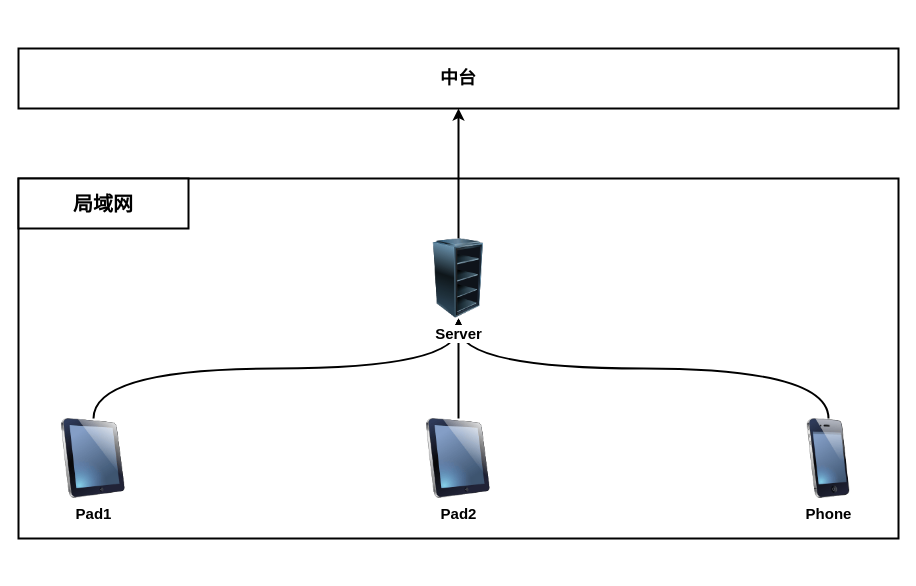
Before: page "Offline-cashier" (16 of 17) of authz/Omini-Store.drawio in jackie-thank/beego-authz, a draw.io diagram. Source tidied: cells renumbered, new cells numbered last; positions are measured from the earlier drawing's top-left corner, leaving out a move shared by most shapes. Both pictures are drawn from the tidied source at 100%, with x=0, y=0 at pixel (18, 48).
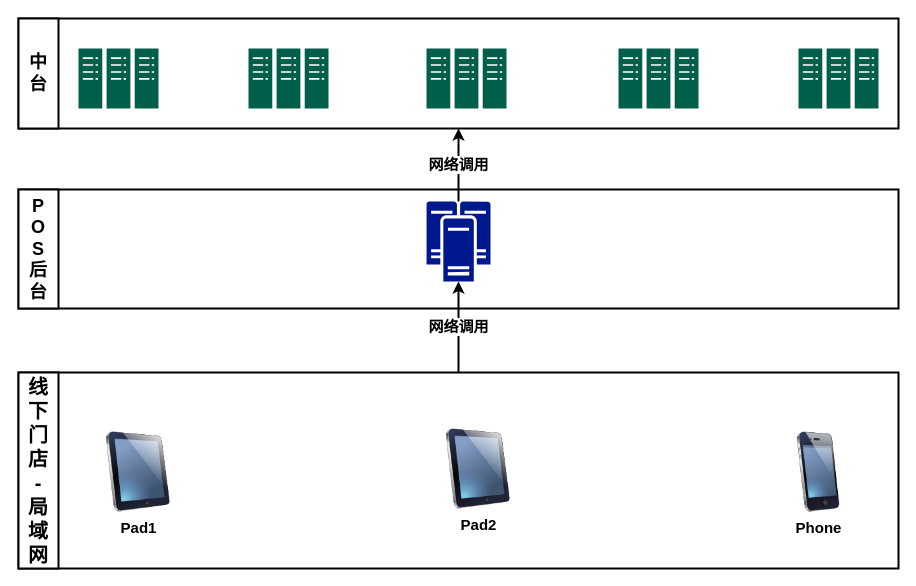
After the change.

Diff of the diagram source:
```diff
@@
 <mxGraphModel>
   <root>
     <mxCell id="0" />
     <mxCell id="1" parent="0" />
+    <mxCell id="13" style="rounded=0;whiteSpace=wrap;html=1;strokeWidth=2;" parent="1" vertex="1">
+      <mxGeometry y="141" width="880" height="119" as="geometry" />
+    </mxCell>
+    <mxCell id="14" value="网络调用" style="edgeStyle=orthogonalEdgeStyle;rounded=0;jettySize=auto;html=1;exitX=0.5;exitY=0;exitDx=0;exitDy=0;entryX=0.5;entryY=1;entryDx=0;entryDy=0;entryPerimeter=0;strokeWidth=2;fontSize=15;fontStyle=1;" parent="1" edge="1" source="2" target="15">
+      <mxGeometry relative="1" as="geometry" />
+    </mxCell>
     <mxCell id="2" style="rounded=0;whiteSpace=wrap;html=1;strokeWidth=2;" parent="1" vertex="1">
-      <mxGeometry y="130" width="880" height="360" as="geometry" />
+      <mxGeometry y="324" width="880" height="196" as="geometry" />
     </mxCell>
-    <mxCell id="3" style="edgeStyle=orthogonalEdgeStyle;rounded=0;jettySize=auto;html=1;entryX=0.5;entryY=1;entryDx=0;entryDy=0;strokeWidth=2;" parent="1" edge="1" source="11" target="12">
+    <mxCell id="3" value="网络调用" style="edgeStyle=orthogonalEdgeStyle;rounded=0;jettySize=auto;html=1;entryX=0.5;entryY=1;entryDx=0;entryDy=0;strokeWidth=2;exitX=0.5;exitY=0;exitDx=0;exitDy=0;exitPerimeter=0;fontSize=15;fontStyle=1;" parent="1" edge="1" source="15" target="12">
       <mxGeometry relative="1" as="geometry" />
     </mxCell>
-    <mxCell id="4" style="edgeStyle=orthogonalEdgeStyle;rounded=0;jettySize=auto;html=1;exitX=0.5;exitY=0;exitDx=0;exitDy=0;strokeWidth=2;curved=1;" parent="1" edge="1" source="5" target="11">
-      <mxGeometry relative="1" as="geometry" />
-    </mxCell>
     <mxCell id="5" value="Pad1" style="image;html=1;image=img/lib/clip_art/computers/iPad_128x128.png;fontSize=15;fontStyle=1;" parent="1" vertex="1">
-      <mxGeometry x="35" y="370" width="80" height="80" as="geometry" />
+      <mxGeometry x="80" y="383.5" width="80" height="80" as="geometry" />
     </mxCell>
-    <mxCell id="6" style="edgeStyle=orthogonalEdgeStyle;rounded=0;jettySize=auto;html=1;exitX=0.5;exitY=0;exitDx=0;exitDy=0;strokeWidth=2;" parent="1" edge="1" source="7" target="11">
-      <mxGeometry relative="1" as="geometry" />
-    </mxCell>
     <mxCell id="7" value="Pad2" style="image;html=1;image=img/lib/clip_art/computers/iPad_128x128.png;fontSize=15;fontStyle=1;" parent="1" vertex="1">
-      <mxGeometry x="400" y="370" width="80" height="80" as="geometry" />
+      <mxGeometry x="420" y="380.5" width="80" height="80" as="geometry" />
     </mxCell>
-    <mxCell id="8" style="edgeStyle=orthogonalEdgeStyle;rounded=0;jettySize=auto;html=1;exitX=0.5;exitY=0;exitDx=0;exitDy=0;entryX=0.5;entryY=1;entryDx=0;entryDy=0;strokeWidth=2;curved=1;" parent="1" edge="1" source="9" target="11">
-      <mxGeometry relative="1" as="geometry" />
-    </mxCell>
     <mxCell id="9" value="Phone" style="image;html=1;image=img/lib/clip_art/telecommunication/iPhone_128x128.png;fontSize=15;fontStyle=1;" parent="1" vertex="1">
-      <mxGeometry x="770" y="370" width="80" height="80" as="geometry" />
+      <mxGeometry x="760" y="383.5" width="80" height="80" as="geometry" />
     </mxCell>
-    <mxCell id="10" value="局域网" style="rounded=0;whiteSpace=wrap;html=1;strokeWidth=2;fontSize=20;fontStyle=1;" parent="1" vertex="1">
-      <mxGeometry y="130" width="170" height="50" as="geometry" />
+    <mxCell id="10" value="&lt;div&gt;线下门店&lt;/div&gt;&lt;div&gt;-&lt;/div&gt;&lt;div&gt;局域网&lt;/div&gt;" style="rounded=0;whiteSpace=wrap;html=1;strokeWidth=2;fontSize=20;fontStyle=1;" parent="1" vertex="1">
+      <mxGeometry y="324" width="40" height="196" as="geometry" />
     </mxCell>
-    <mxCell id="11" value="Server" style="image;html=1;image=img/lib/clip_art/computers/Server_Rack_Empty_128x128.png;fontStyle=1;fontSize=15;" parent="1" vertex="1">
-      <mxGeometry x="400" y="190" width="80" height="80" as="geometry" />
-    </mxCell>
-    <mxCell id="12" value="中台" style="rounded=0;whiteSpace=wrap;html=1;strokeWidth=2;fontStyle=1;fontSize=18;" parent="1" vertex="1">
-      <mxGeometry width="880" height="60" as="geometry" />
+    <mxCell id="12" style="rounded=0;whiteSpace=wrap;html=1;strokeWidth=2;fontStyle=1;fontSize=18;" parent="1" vertex="1">
+      <mxGeometry y="-30" width="880" height="110" as="geometry" />
     </mxCell>
+    <mxCell id="15" style="sketch=0;shadow=0;dashed=0;html=1;strokeColor=none;labelPosition=center;verticalLabelPosition=bottom;verticalAlign=top;align=center;fillColor=#00188D;shape=mxgraph.mscae.enterprise.cluster_server;" parent="1" vertex="1">
+      <mxGeometry x="408" y="153" width="64" height="80" as="geometry" />
+    </mxCell>
+    <mxCell id="16" style="sketch=0;shadow=0;dashed=0;html=1;strokeColor=none;fillColor=#005F4B;labelPosition=center;verticalLabelPosition=bottom;verticalAlign=top;align=center;shape=mxgraph.veeam2.server_cluster;" parent="1" vertex="1">
+      <mxGeometry x="60" width="80" height="60" as="geometry" />
+    </mxCell>
+    <mxCell id="17" style="sketch=0;shadow=0;dashed=0;html=1;strokeColor=none;fillColor=#005F4B;labelPosition=center;verticalLabelPosition=bottom;verticalAlign=top;align=center;shape=mxgraph.veeam2.server_cluster;" parent="1" vertex="1">
+      <mxGeometry x="230" width="80" height="60" as="geometry" />
+    </mxCell>
+    <mxCell id="18" style="sketch=0;shadow=0;dashed=0;html=1;strokeColor=none;fillColor=#005F4B;labelPosition=center;verticalLabelPosition=bottom;verticalAlign=top;align=center;shape=mxgraph.veeam2.server_cluster;" parent="1" vertex="1">
+      <mxGeometry x="408" width="80" height="60" as="geometry" />
+    </mxCell>
+    <mxCell id="19" style="sketch=0;shadow=0;dashed=0;html=1;strokeColor=none;fillColor=#005F4B;labelPosition=center;verticalLabelPosition=bottom;verticalAlign=top;align=center;shape=mxgraph.veeam2.server_cluster;" parent="1" vertex="1">
+      <mxGeometry x="600" width="80" height="60" as="geometry" />
+    </mxCell>
+    <mxCell id="20" style="sketch=0;shadow=0;dashed=0;html=1;strokeColor=none;fillColor=#005F4B;labelPosition=center;verticalLabelPosition=bottom;verticalAlign=top;align=center;shape=mxgraph.veeam2.server_cluster;" parent="1" vertex="1">
+      <mxGeometry x="780" width="80" height="60" as="geometry" />
+    </mxCell>
+    <mxCell id="21" value="&lt;div&gt;中&lt;/div&gt;&lt;div&gt;台&lt;/div&gt;" style="rounded=0;whiteSpace=wrap;html=1;strokeWidth=2;fontStyle=1;fontSize=18;" parent="1" vertex="1">
+      <mxGeometry y="-30" width="40" height="110" as="geometry" />
+    </mxCell>
+    <mxCell id="22" value="&lt;div&gt;P&lt;/div&gt;&lt;div&gt;O&lt;/div&gt;&lt;div&gt;S&lt;/div&gt;&lt;div&gt;后&lt;/div&gt;&lt;div&gt;台&lt;br&gt;&lt;/div&gt;" style="rounded=0;whiteSpace=wrap;html=1;strokeWidth=2;fontStyle=1;fontSize=18;" parent="1" vertex="1">
+      <mxGeometry y="141" width="40" height="119" as="geometry" />
+    </mxCell>
   </root>
 </mxGraphModel>
```
